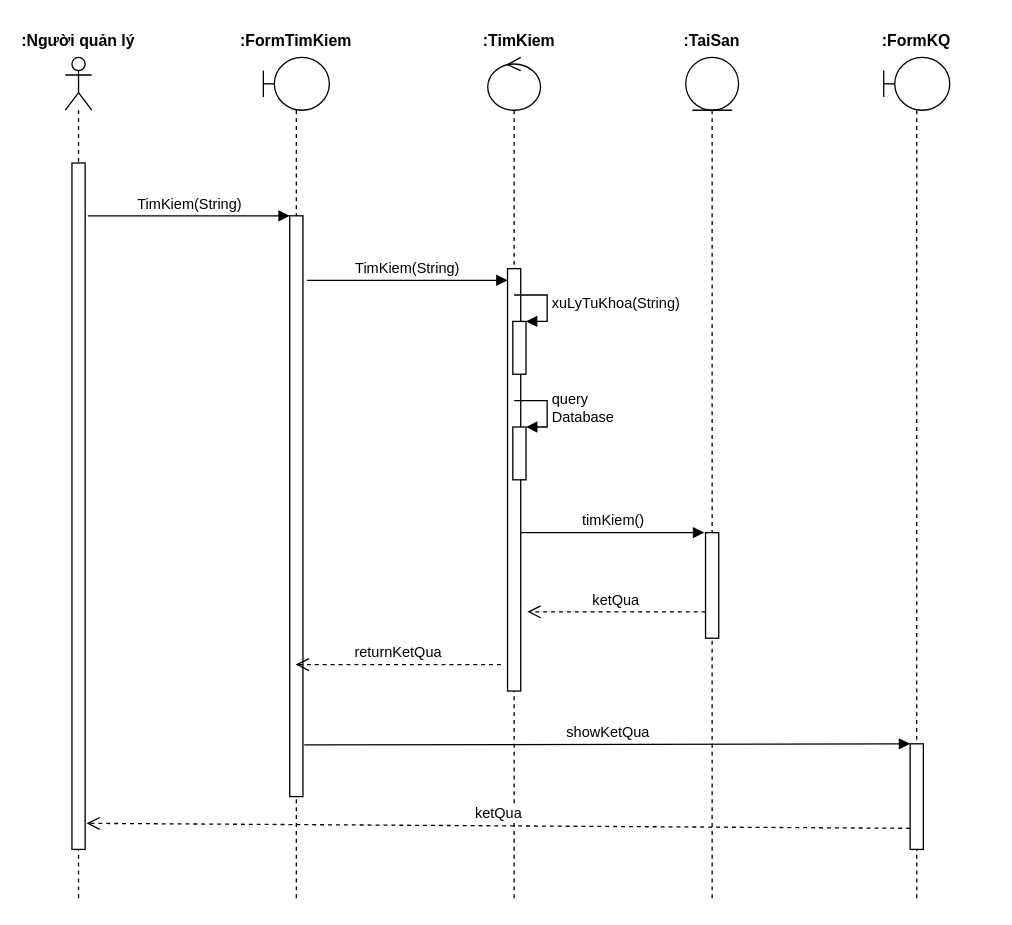
This is page "timkiem" (1 of 3) of Search sequence diagram.drawio from LocalHost127000/OODA, a draw.io file, before an edit. Source tidied: cells renumbered, new cells numbered last; positions are measured from the earlier drawing's top-left corner, leaving out a move shared by most shapes. Both pictures are drawn from the tidied source at 132%, with x=0, y=0 at pixel (25, 22).
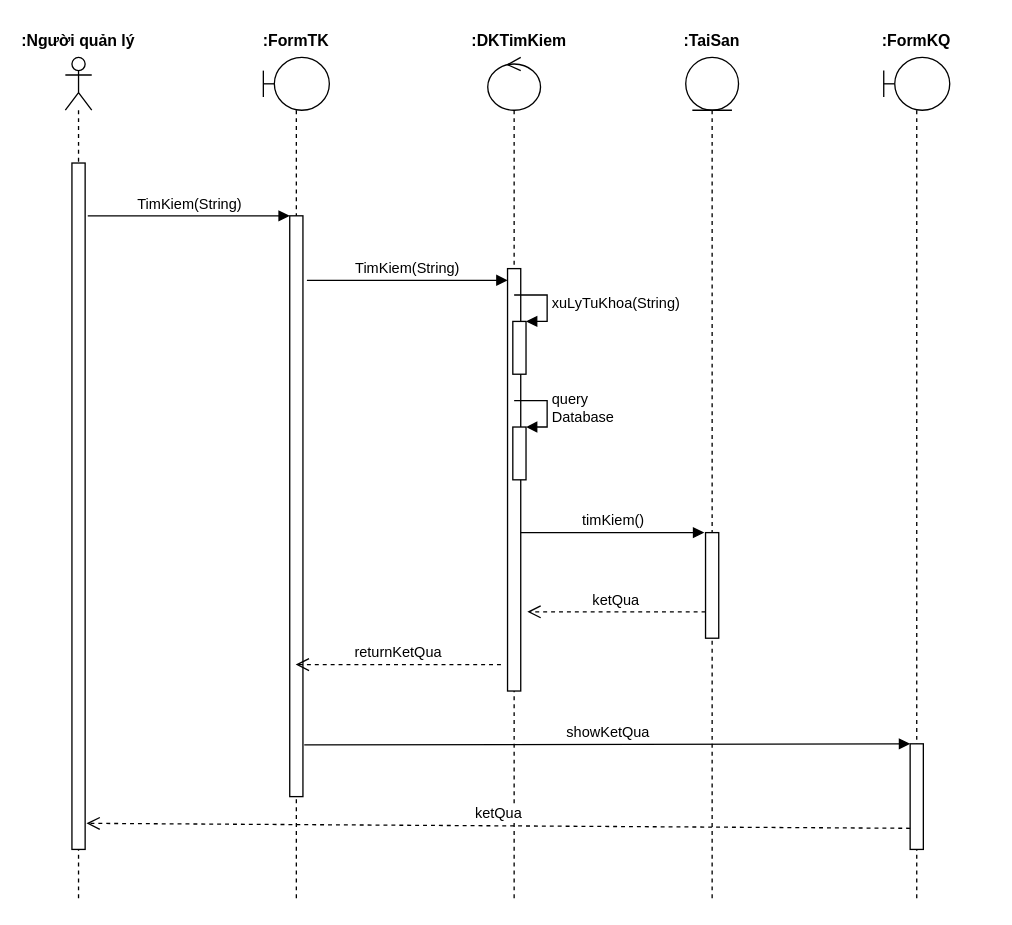
Above is the later version.

Diff of the diagram source:
```diff
@@
-    <mxCell id="17" value=":FormTimKiem" style="text;align=center;fontStyle=1;verticalAlign=middle;spacingLeft=3;spacingRight=3;strokeColor=none;" parent="1" vertex="1">
+    <mxCell id="17" value=":FormTK" style="text;align=center;fontStyle=1;verticalAlign=middle;spacingLeft=3;spacingRight=3;strokeColor=none;" parent="1" vertex="1">
       <mxGeometry x="165" width="80" height="26" as="geometry" />
     </mxCell>
-    <mxCell id="18" value=":TimKiem" style="text;align=center;fontStyle=1;verticalAlign=middle;spacingLeft=3;spacingRight=3;strokeColor=none;" parent="1" vertex="1">
+    <mxCell id="18" value=":DKTimKiem" style="text;align=center;fontStyle=1;verticalAlign=middle;spacingLeft=3;spacingRight=3;strokeColor=none;" parent="1" vertex="1">
       <mxGeometry x="334" width="80" height="26" as="geometry" />
     </mxCell>
```
